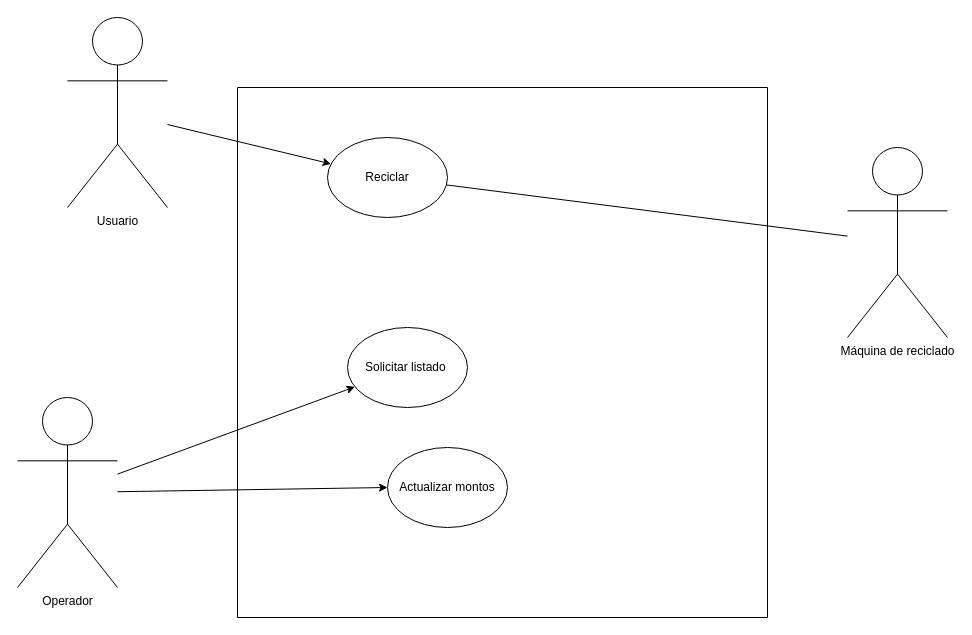
Earlier version of the draw.io diagram Practicas/Práctica 3/Máquina de reciclado/tp3_4.drawio (ssofiaavila/Ingenieria-de-software-1-Informatica--UNLP). Source tidied: cells renumbered, new cells numbered last; positions are measured from the earlier drawing's top-left corner, leaving out a move shared by most shapes. Both pictures are drawn from the tidied source at 100%, with x=0, y=0 at pixel (17, 17).
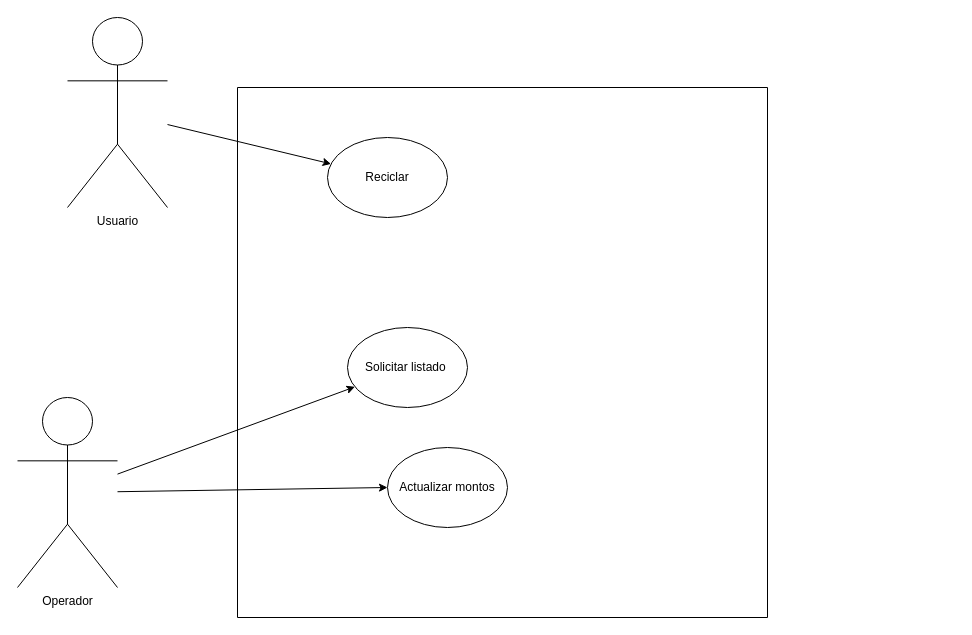
Above is the later version.

Diff of the diagram source:
```diff
@@
 <mxGraphModel>
   <root>
     <mxCell id="0" />
     <mxCell id="1" parent="0" />
     <mxCell id="2" style="swimlane;startSize=0;" parent="1" vertex="1">
       <mxGeometry x="220" y="70" width="530" height="530" as="geometry" />
     </mxCell>
     <mxCell id="3" value="Reciclar" style="ellipse;whiteSpace=wrap;html=1;" parent="2" vertex="1">
       <mxGeometry x="90" y="50" width="120" height="80" as="geometry" />
     </mxCell>
     <mxCell id="4" value="Solicitar listado&amp;nbsp;" style="ellipse;whiteSpace=wrap;html=1;" parent="2" vertex="1">
       <mxGeometry x="110" y="240" width="120" height="80" as="geometry" />
     </mxCell>
     <mxCell id="5" value="Actualizar montos" style="ellipse;whiteSpace=wrap;html=1;" parent="2" vertex="1">
       <mxGeometry x="150" y="360" width="120" height="80" as="geometry" />
     </mxCell>
     <mxCell id="6" value="Operador" style="shape=umlActor;verticalLabelPosition=bottom;verticalAlign=top;html=1;outlineConnect=0;" parent="1" vertex="1">
       <mxGeometry y="380" width="100" height="190" as="geometry" />
     </mxCell>
     <mxCell id="7" value="Usuario" style="shape=umlActor;verticalLabelPosition=bottom;verticalAlign=top;html=1;outlineConnect=0;" parent="1" vertex="1">
       <mxGeometry x="50" width="100" height="190" as="geometry" />
     </mxCell>
-    <mxCell id="8" value="Máquina de reciclado&lt;br&gt;" style="shape=umlActor;verticalLabelPosition=bottom;verticalAlign=top;html=1;outlineConnect=0;" parent="1" vertex="1">
-      <mxGeometry x="830" y="130" width="100" height="190" as="geometry" />
-    </mxCell>
     <mxCell id="9" style="endArrow=classic;html=1;rounded=0;" parent="1" edge="1" source="7" target="3">
       <mxGeometry relative="1" as="geometry" />
     </mxCell>
     <mxCell id="10" style="endArrow=classic;html=1;rounded=0;" parent="1" edge="1" source="6" target="4">
       <mxGeometry relative="1" as="geometry" />
     </mxCell>
     <mxCell id="11" style="endArrow=classic;html=1;rounded=0;entryX=0;entryY=0.5;entryDx=0;entryDy=0;" parent="1" edge="1" source="6" target="5">
       <mxGeometry relative="1" as="geometry" />
     </mxCell>
-    <mxCell id="12" style="endArrow=none;html=1;rounded=0;" parent="1" edge="1" source="3" target="8">
-      <mxGeometry relative="1" as="geometry" />
-    </mxCell>
   </root>
 </mxGraphModel>
```
